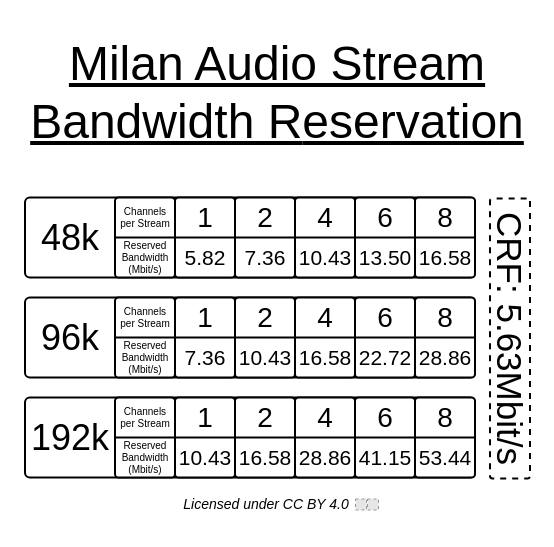
avb-academy/msrp_milan_cheat_sheet keeps this draw.io diagram as msrp_summary.drawio. Above is the earlier version. Source tidied: cells renumbered, new cells numbered last; positions are measured from the earlier drawing's top-left corner, leaving out a move shared by most shapes. Both pictures are drawn from the tidied source at 100%, with x=0, y=0 at pixel (17, 17). Pictures stored in the file or linked from it are replaced by grey dashed boxes.
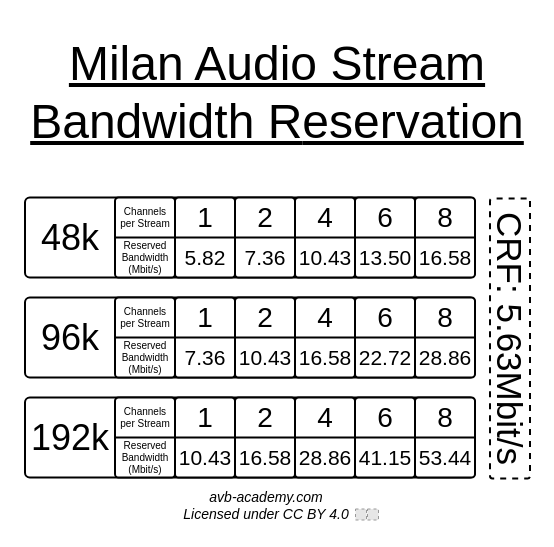
After the change.

Commit message (it also covers changes not shown here):
avb-academy/avb_academy#38: Adds website reference

Diff of the diagram source:
```diff
@@
     <mxCell id="71" style="group;" parent="1" vertex="1">
-      <mxGeometry x="159" y="453" width="202" height="50" as="geometry" />
+      <mxGeometry x="159" y="463" width="202" height="50" as="geometry" />
     </mxCell>
-    <mxCell id="72" value="&lt;div&gt;&lt;em&gt;&lt;font style=&quot;font-size: 14px;&quot;&gt;&lt;br&gt;&lt;/font&gt;&lt;/em&gt;&lt;/div&gt;&lt;em&gt;&lt;font style=&quot;font-size: 14px;&quot;&gt;Licensed under CC BY 4.0&lt;/font&gt;&lt;/em&gt;" style="text;html=1;align=center;verticalAlign=middle;whiteSpace=wrap;rounded=0;fontSize=13;rotation=0;spacing=0;" parent="71" vertex="1">
+    <mxCell id="72" value="&lt;div&gt;&lt;em&gt;&lt;font style=&quot;font-size: 14px;&quot;&gt;avb-academy.com&lt;/font&gt;&lt;/em&gt;&lt;/div&gt;&lt;em&gt;&lt;font style=&quot;font-size: 14px;&quot;&gt;Licensed under CC BY 4.0&lt;/font&gt;&lt;/em&gt;" style="text;html=1;align=center;verticalAlign=middle;whiteSpace=wrap;rounded=0;fontSize=13;rotation=0;spacing=0;" parent="71" vertex="1">
       <mxGeometry width="180" height="50" as="geometry" />
     </mxCell>
```
